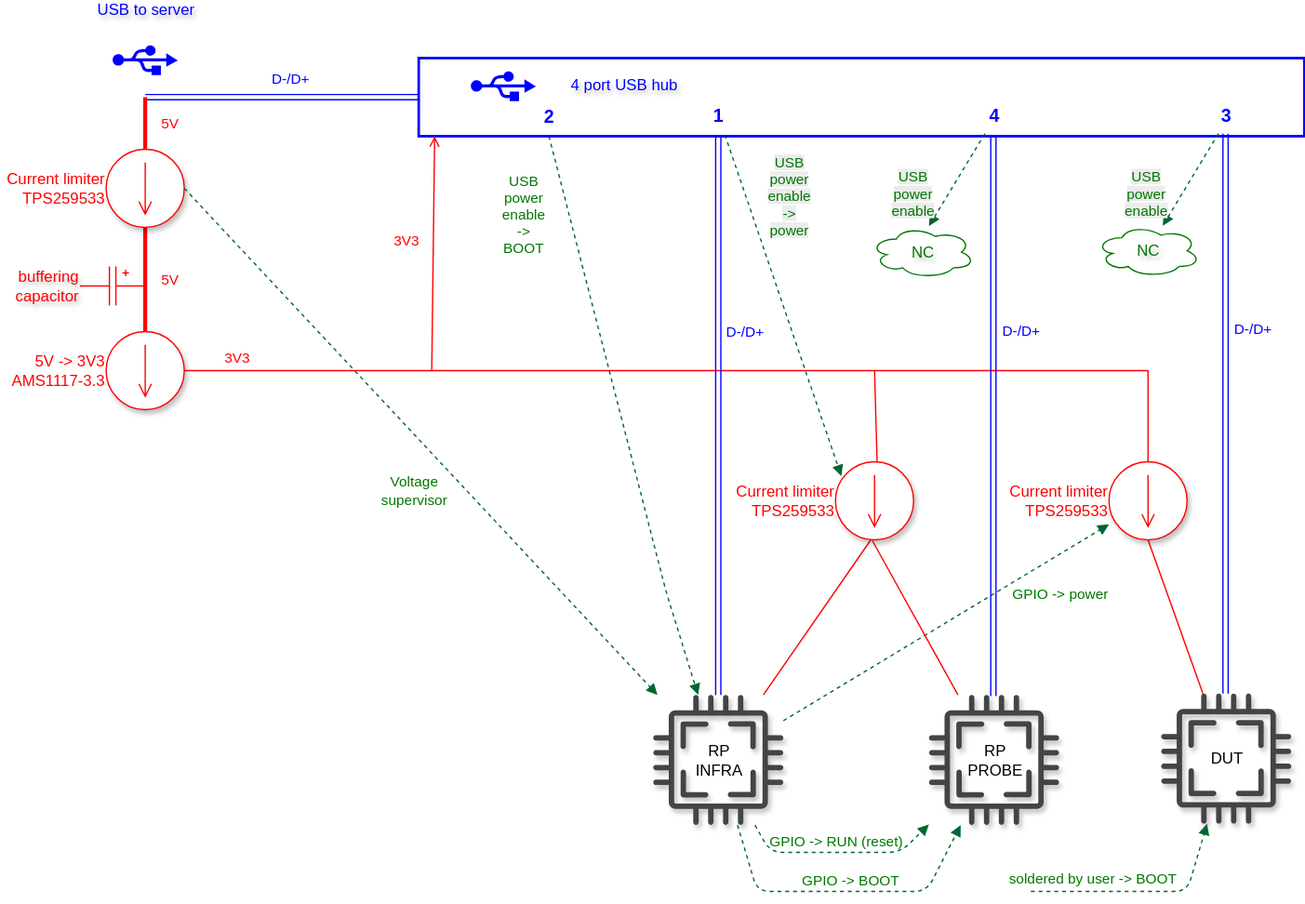
This is docs/tentacle_v0.5_images/block_diagram_power.drawio.svg from octoprobe/octohub4, a draw.io export, as it was before one commit. Source tidied: cells renumbered, new cells last; positions are measured from the earlier drawing's top-left corner, leaving out a move shared by most shapes.
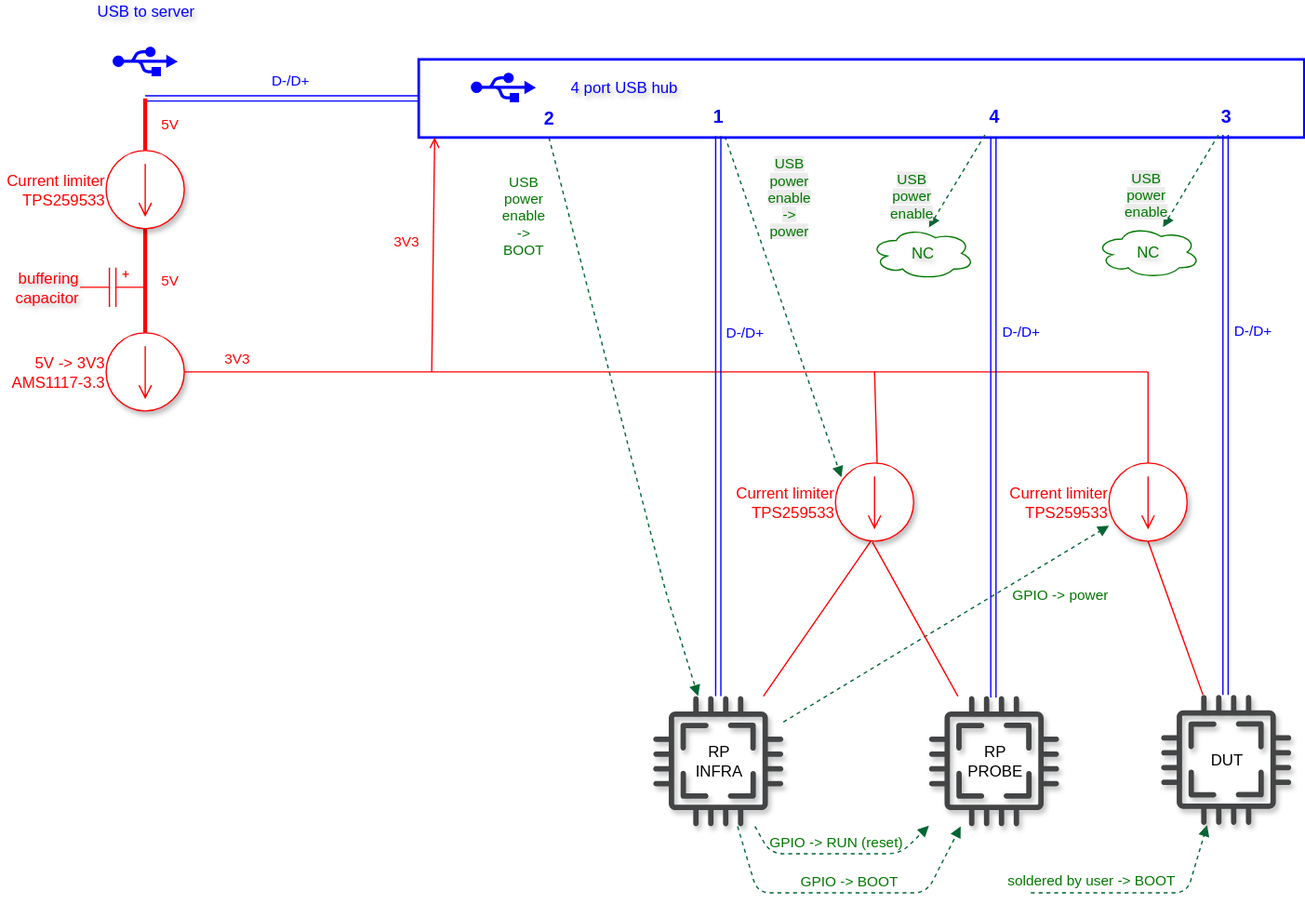
The same diagram one commit later.

The edit, as a diff of the source:
```diff
@@ -171,9 +171,6 @@
     <mxCell id="41" value="&amp;nbsp;Current limiter&lt;br&gt;&amp;nbsp;TPS259533" style="verticalLabelPosition=middle;shadow=1;dashed=0;align=right;html=1;verticalAlign=middle;shape=mxgraph.electrical.signal_sources.source;points=[[0.5,0,0],[1,0.5,0],[0.5,1,0],[0,0.5,0]];elSignalType=dc2;strokeColor=#FF0000;fontColor=#FF0000;labelPosition=left;" parent="1" vertex="1">
       <mxGeometry x="790" y="320" width="60" height="60" as="geometry" />
     </mxCell>
-    <mxCell id="42" value="Voltage&lt;div&gt;supervisor&lt;/div&gt;" style="endArrow=block;html=1;strokeColor=#006633;endFill=1;dashed=1;fontColor=#007700;labelBackgroundColor=none;exitX=1;exitY=0.5;exitDx=0;exitDy=0;exitPerimeter=0;" parent="1" edge="1" source="39" target="12">
-      <mxGeometry x="0.09" y="-30" relative="1" as="geometry" />
-    </mxCell>
     <mxCell id="43" style="endArrow=none;html=1;strokeColor=#FF0000;fontColor=#FF0000;labelBackgroundColor=none;entryX=0.473;entryY=1.012;entryDx=0;entryDy=0;entryPerimeter=0;" parent="1" edge="1" source="14" target="45">
       <mxGeometry relative="1" as="geometry" />
     </mxCell>
```
